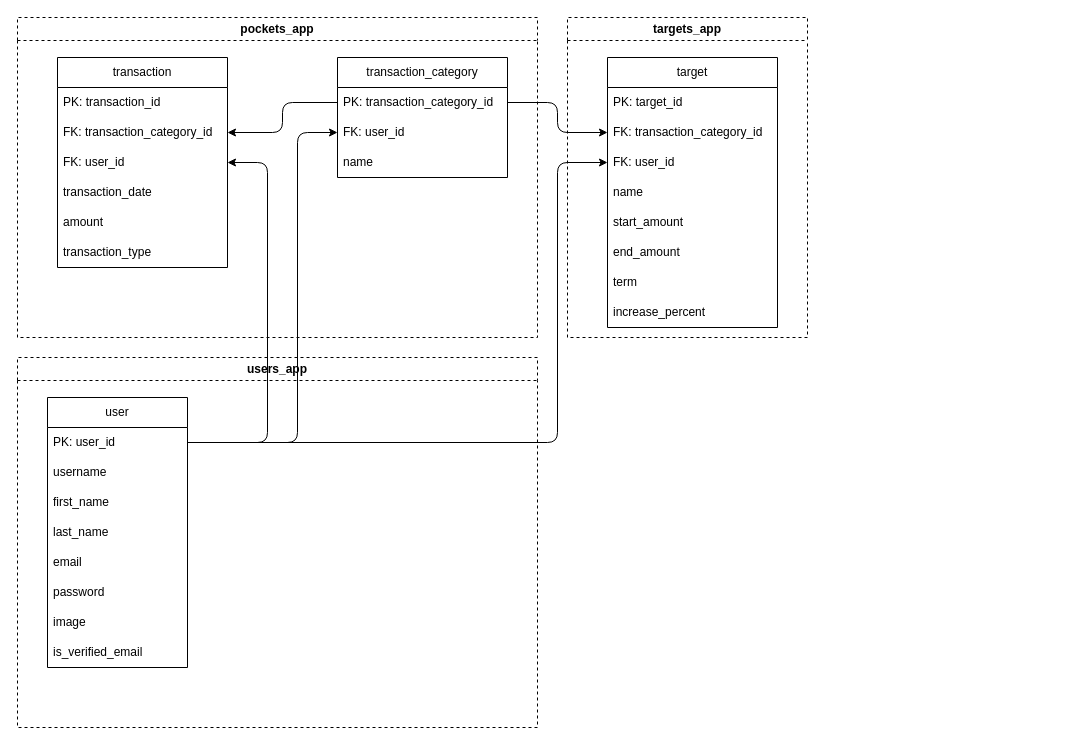
This is pockets_db.drawio from sharvadim07/pockets, a draw.io file, before an edit. Source tidied: cells renumbered, new cells numbered last; positions are measured from the earlier drawing's top-left corner, leaving out a move shared by most shapes. Both pictures are drawn from the tidied source at 100%, with x=0, y=0 at pixel (17, 17).
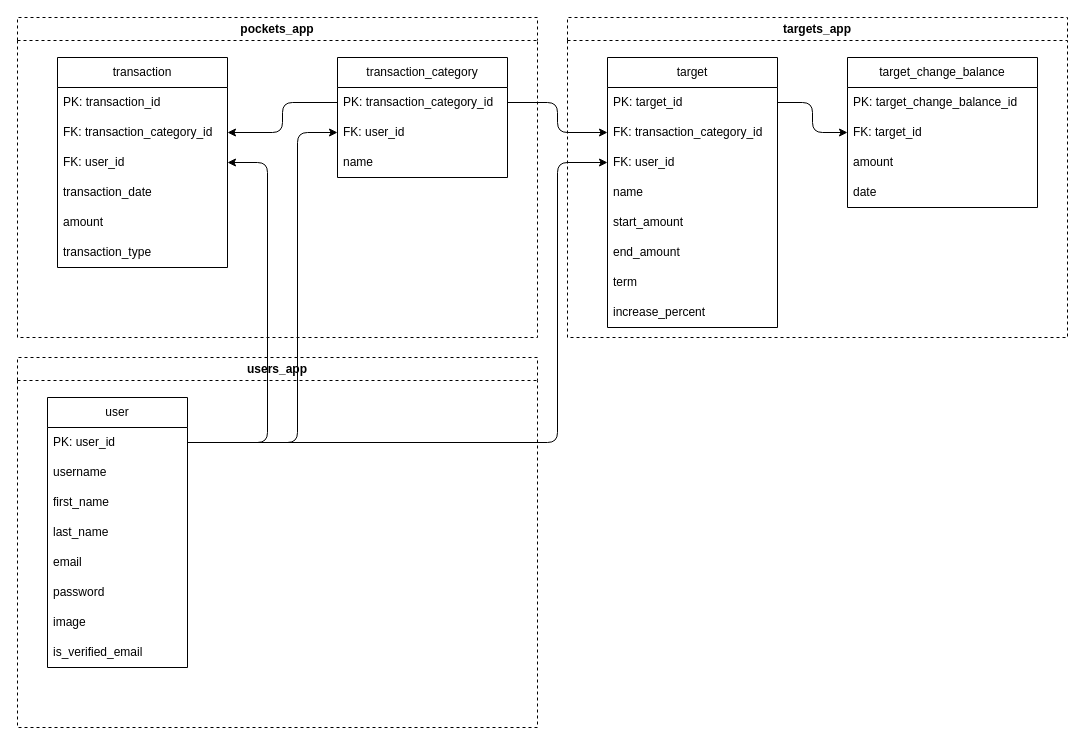
The same page after the edit.

Unchanged cells that the change refers to:
```xml
<mxCell id="29" value="PK: target_id" style="text;strokeColor=none;fillColor=none;align=left;verticalAlign=middle;spacingLeft=4;spacingRight=4;overflow=hidden;points=[[0,0.5],[1,0.5]];portConstraint=eastwest;whiteSpace=wrap;html=1;" parent="28" vertex="1">
  <mxGeometry y="30" width="170" height="30" as="geometry" />
</mxCell>
```

Change to the diagram source:
```diff
@@
     <mxCell id="27" value="targets_app" style="swimlane;whiteSpace=wrap;html=1;dashed=1;" parent="1" vertex="1">
-      <mxGeometry x="550" width="240" height="320" as="geometry" />
+      <mxGeometry x="550" width="500" height="320" as="geometry" />
     </mxCell>
@@
+    <mxCell id="39" value="target_change_balance" style="swimlane;fontStyle=0;horizontal=1;startSize=30;whiteSpace=wrap;html=1;" parent="27" vertex="1">
+      <mxGeometry x="280" y="40" width="190" height="150" as="geometry" />
+    </mxCell>
+    <mxCell id="40" value="PK:&lt;span style=&quot;text-align: center;&quot;&gt;&amp;nbsp;target_change_balance&lt;/span&gt;_id" style="text;strokeColor=none;fillColor=none;align=left;verticalAlign=middle;spacingLeft=4;spacingRight=4;overflow=hidden;whiteSpace=wrap;html=1;" parent="39" vertex="1">
+      <mxGeometry y="30" width="190" height="30" as="geometry" />
+    </mxCell>
+    <mxCell id="41" value="FK: target_id" style="text;strokeColor=none;fillColor=none;align=left;verticalAlign=middle;spacingLeft=4;spacingRight=4;overflow=hidden;points=[[0,0.5],[1,0.5]];portConstraint=eastwest;whiteSpace=wrap;html=1;" parent="39" vertex="1">
+      <mxGeometry y="60" width="190" height="30" as="geometry" />
+    </mxCell>
+    <mxCell id="42" value="amount" style="text;strokeColor=none;fillColor=none;align=left;verticalAlign=middle;spacingLeft=4;spacingRight=4;overflow=hidden;whiteSpace=wrap;html=1;" parent="39" vertex="1">
+      <mxGeometry y="90" width="190" height="30" as="geometry" />
+    </mxCell>
+    <mxCell id="43" value="date" style="text;strokeColor=none;fillColor=none;align=left;verticalAlign=middle;spacingLeft=4;spacingRight=4;overflow=hidden;whiteSpace=wrap;html=1;" parent="39" vertex="1">
+      <mxGeometry y="120" width="190" height="30" as="geometry" />
+    </mxCell>
+    <mxCell id="44" style="edgeStyle=orthogonalEdgeStyle;html=1;exitX=1;exitY=0.5;exitDx=0;exitDy=0;entryX=0;entryY=0.5;entryDx=0;entryDy=0;" parent="27" edge="1" source="29" target="41">
+      <mxGeometry relative="1" as="geometry" />
+    </mxCell>
```
